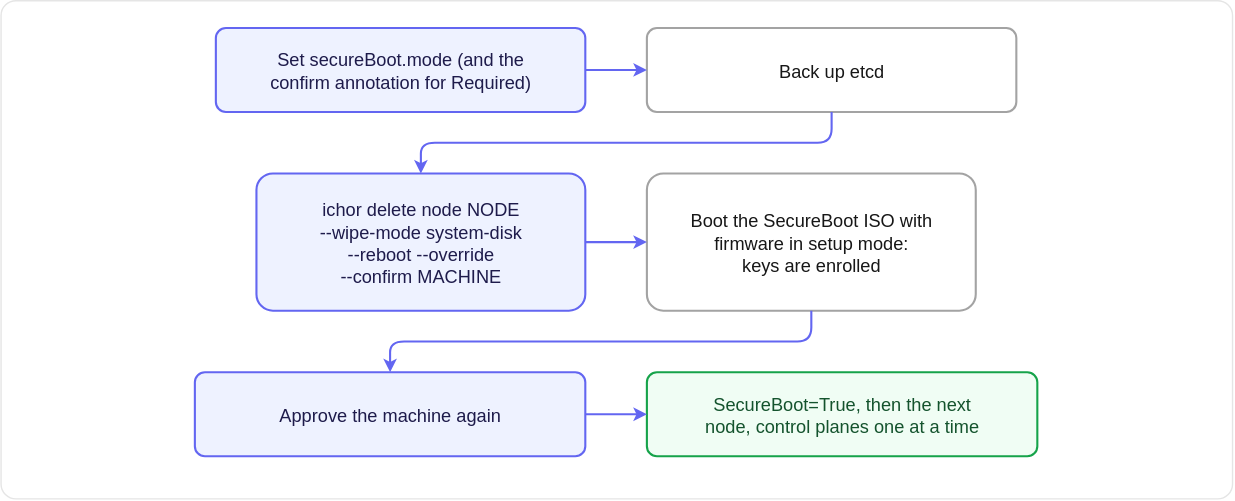
Above: docs/images/hardening-secureboot-move.light.drawio.svg in maeshinshin/ichor (draw.io), before the change. Source tidied: cells renumbered, new cells last; positions are measured from the earlier drawing's top-left corner, leaving out a move shared by most shapes. The source it was exported from:
```xml
<mxGraphModel>
  <root>
    <mxCell id="0" style="html=0;" />
    <mxCell id="1" style="html=0;" parent="0" />
    <mxCell id="2" style="rounded=1;arcSize=3;fillColor=light-dark(#FFFFFF,#0A0A0A);strokeColor=light-dark(#E5E5E5,#262626);strokeWidth=1;html=0;" parent="1" vertex="1">
      <mxGeometry width="880" height="356" as="geometry" />
    </mxCell>
    <mxCell id="3" value="Set secureBoot.mode (and the&#10;confirm annotation for Required)" style="rounded=1;arcSize=12;fillColor=light-dark(#EEF2FF,#232553);strokeColor=light-dark(#6366F1,#818CF8);strokeWidth=1.5;fontColor=light-dark(#1E1B4B,#E0E7FF);fontFamily=Helvetica;fontSize=13;align=center;verticalAlign=middle;html=0;" parent="1" vertex="1">
      <mxGeometry x="154" y="20" width="264" height="60" as="geometry" />
    </mxCell>
    <mxCell id="4" value="Back up etcd" style="rounded=1;arcSize=12;fillColor=light-dark(#FFFFFF,#1A1A1A);strokeColor=light-dark(#A3A3A3,#525252);strokeWidth=1.5;fontColor=light-dark(#171717,#FAFAFA);fontFamily=Helvetica;fontSize=13;align=center;verticalAlign=middle;html=0;" parent="1" vertex="1">
      <mxGeometry x="462" y="20" width="264" height="60" as="geometry" />
    </mxCell>
    <mxCell id="5" value="ichor delete node NODE&#10;--wipe-mode system-disk&#10;--reboot --override&#10;--confirm MACHINE" style="rounded=1;arcSize=12;fillColor=light-dark(#EEF2FF,#232553);strokeColor=light-dark(#6366F1,#818CF8);strokeWidth=1.5;fontColor=light-dark(#1E1B4B,#E0E7FF);fontFamily=Helvetica;fontSize=13;align=center;verticalAlign=middle;html=0;" parent="1" vertex="1">
      <mxGeometry x="183" y="124" width="235" height="98" as="geometry" />
    </mxCell>
    <mxCell id="6" value="Boot the SecureBoot ISO with&#10;firmware in setup mode:&#10;keys are enrolled" style="rounded=1;arcSize=12;fillColor=light-dark(#FFFFFF,#1A1A1A);strokeColor=light-dark(#A3A3A3,#525252);strokeWidth=1.5;fontColor=light-dark(#171717,#FAFAFA);fontFamily=Helvetica;fontSize=13;align=center;verticalAlign=middle;html=0;" parent="1" vertex="1">
      <mxGeometry x="462" y="124" width="235" height="98" as="geometry" />
    </mxCell>
    <mxCell id="7" value="Approve the machine again" style="rounded=1;arcSize=12;fillColor=light-dark(#EEF2FF,#232553);strokeColor=light-dark(#6366F1,#818CF8);strokeWidth=1.5;fontColor=light-dark(#1E1B4B,#E0E7FF);fontFamily=Helvetica;fontSize=13;align=center;verticalAlign=middle;html=0;" parent="1" vertex="1">
      <mxGeometry x="139" y="266" width="279" height="60" as="geometry" />
    </mxCell>
    <mxCell id="8" value="SecureBoot=True, then the next&#10;node, control planes one at a time" style="rounded=1;arcSize=12;fillColor=light-dark(#F0FDF4,#0E2A1B);strokeColor=light-dark(#16A34A,#4ADE80);strokeWidth=1.5;fontColor=light-dark(#14532D,#BBF7D0);fontFamily=Helvetica;fontSize=13;align=center;verticalAlign=middle;html=0;" parent="1" vertex="1">
      <mxGeometry x="462" y="266" width="279" height="60" as="geometry" />
    </mxCell>
    <mxCell id="9" style="edgeStyle=orthogonalEdgeStyle;rounded=1;jettySize=auto;strokeColor=light-dark(#6366F1,#818CF8);strokeWidth=1.5;endArrow=classic;endFill=1;endSize=5;startArrow=none;startFill=1;startSize=5;fontColor=light-dark(#404040,#D4D4D4);fontFamily=Helvetica;fontSize=12;labelBackgroundColor=light-dark(#FFFFFF,#0A0A0A);exitX=1;exitY=0.5;exitDx=0;exitDy=0;entryX=0;entryY=0.5;entryDx=0;entryDy=0;html=0;" parent="1" edge="1" source="3" target="4">
      <mxGeometry relative="1" as="geometry" />
    </mxCell>
    <mxCell id="10" style="edgeStyle=orthogonalEdgeStyle;rounded=1;jettySize=auto;strokeColor=light-dark(#6366F1,#818CF8);strokeWidth=1.5;endArrow=classic;endFill=1;endSize=5;startArrow=none;startFill=1;startSize=5;fontColor=light-dark(#404040,#D4D4D4);fontFamily=Helvetica;fontSize=12;labelBackgroundColor=light-dark(#FFFFFF,#0A0A0A);exitX=0.5;exitY=1;exitDx=0;exitDy=0;entryX=0.5;entryY=0;entryDx=0;entryDy=0;html=0;" parent="1" edge="1" source="4" target="5">
      <mxGeometry relative="1" as="geometry" />
    </mxCell>
    <mxCell id="11" style="edgeStyle=orthogonalEdgeStyle;rounded=1;jettySize=auto;strokeColor=light-dark(#6366F1,#818CF8);strokeWidth=1.5;endArrow=classic;endFill=1;endSize=5;startArrow=none;startFill=1;startSize=5;fontColor=light-dark(#404040,#D4D4D4);fontFamily=Helvetica;fontSize=12;labelBackgroundColor=light-dark(#FFFFFF,#0A0A0A);exitX=1;exitY=0.5;exitDx=0;exitDy=0;entryX=0;entryY=0.5;entryDx=0;entryDy=0;html=0;" parent="1" edge="1" source="5" target="6">
      <mxGeometry relative="1" as="geometry" />
    </mxCell>
    <mxCell id="12" style="edgeStyle=orthogonalEdgeStyle;rounded=1;jettySize=auto;strokeColor=light-dark(#6366F1,#818CF8);strokeWidth=1.5;endArrow=classic;endFill=1;endSize=5;startArrow=none;startFill=1;startSize=5;fontColor=light-dark(#404040,#D4D4D4);fontFamily=Helvetica;fontSize=12;labelBackgroundColor=light-dark(#FFFFFF,#0A0A0A);exitX=0.5;exitY=1;exitDx=0;exitDy=0;entryX=0.5;entryY=0;entryDx=0;entryDy=0;html=0;" parent="1" edge="1" source="6" target="7">
      <mxGeometry relative="1" as="geometry" />
    </mxCell>
    <mxCell id="13" style="edgeStyle=orthogonalEdgeStyle;rounded=1;jettySize=auto;strokeColor=light-dark(#6366F1,#818CF8);strokeWidth=1.5;endArrow=classic;endFill=1;endSize=5;startArrow=none;startFill=1;startSize=5;fontColor=light-dark(#404040,#D4D4D4);fontFamily=Helvetica;fontSize=12;labelBackgroundColor=light-dark(#FFFFFF,#0A0A0A);exitX=1;exitY=0.5;exitDx=0;exitDy=0;entryX=0;entryY=0.5;entryDx=0;entryDy=0;html=0;" parent="1" edge="1" source="7" target="8">
      <mxGeometry relative="1" as="geometry" />
    </mxCell>
  </root>
</mxGraphModel>
```
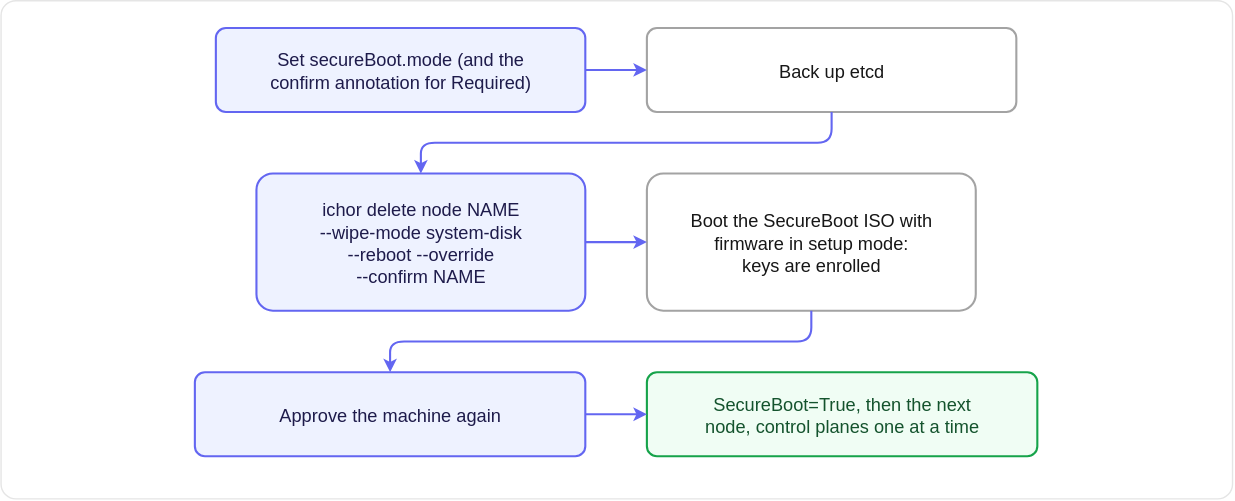
After the change.

Commit message:
docs(hardening): the diagrams name the node as NAME, as the pages do

Change to the diagram source:
```diff
@@ -11,7 +11,7 @@
     <mxCell id="4" value="Back up etcd" style="rounded=1;arcSize=12;fillColor=light-dark(#FFFFFF,#1A1A1A);strokeColor=light-dark(#A3A3A3,#525252);strokeWidth=1.5;fontColor=light-dark(#171717,#FAFAFA);fontFamily=Helvetica;fontSize=13;align=center;verticalAlign=middle;html=0;" parent="1" vertex="1">
       <mxGeometry x="462" y="20" width="264" height="60" as="geometry" />
     </mxCell>
-    <mxCell id="5" value="ichor delete node NODE&#10;--wipe-mode system-disk&#10;--reboot --override&#10;--confirm MACHINE" style="rounded=1;arcSize=12;fillColor=light-dark(#EEF2FF,#232553);strokeColor=light-dark(#6366F1,#818CF8);strokeWidth=1.5;fontColor=light-dark(#1E1B4B,#E0E7FF);fontFamily=Helvetica;fontSize=13;align=center;verticalAlign=middle;html=0;" parent="1" vertex="1">
+    <mxCell id="5" value="ichor delete node NAME&#10;--wipe-mode system-disk&#10;--reboot --override&#10;--confirm NAME" style="rounded=1;arcSize=12;fillColor=light-dark(#EEF2FF,#232553);strokeColor=light-dark(#6366F1,#818CF8);strokeWidth=1.5;fontColor=light-dark(#1E1B4B,#E0E7FF);fontFamily=Helvetica;fontSize=13;align=center;verticalAlign=middle;html=0;" parent="1" vertex="1">
       <mxGeometry x="183" y="124" width="235" height="98" as="geometry" />
     </mxCell>
     <mxCell id="6" value="Boot the SecureBoot ISO with&#10;firmware in setup mode:&#10;keys are enrolled" style="rounded=1;arcSize=12;fillColor=light-dark(#FFFFFF,#1A1A1A);strokeColor=light-dark(#A3A3A3,#525252);strokeWidth=1.5;fontColor=light-dark(#171717,#FAFAFA);fontFamily=Helvetica;fontSize=13;align=center;verticalAlign=middle;html=0;" parent="1" vertex="1">
```
